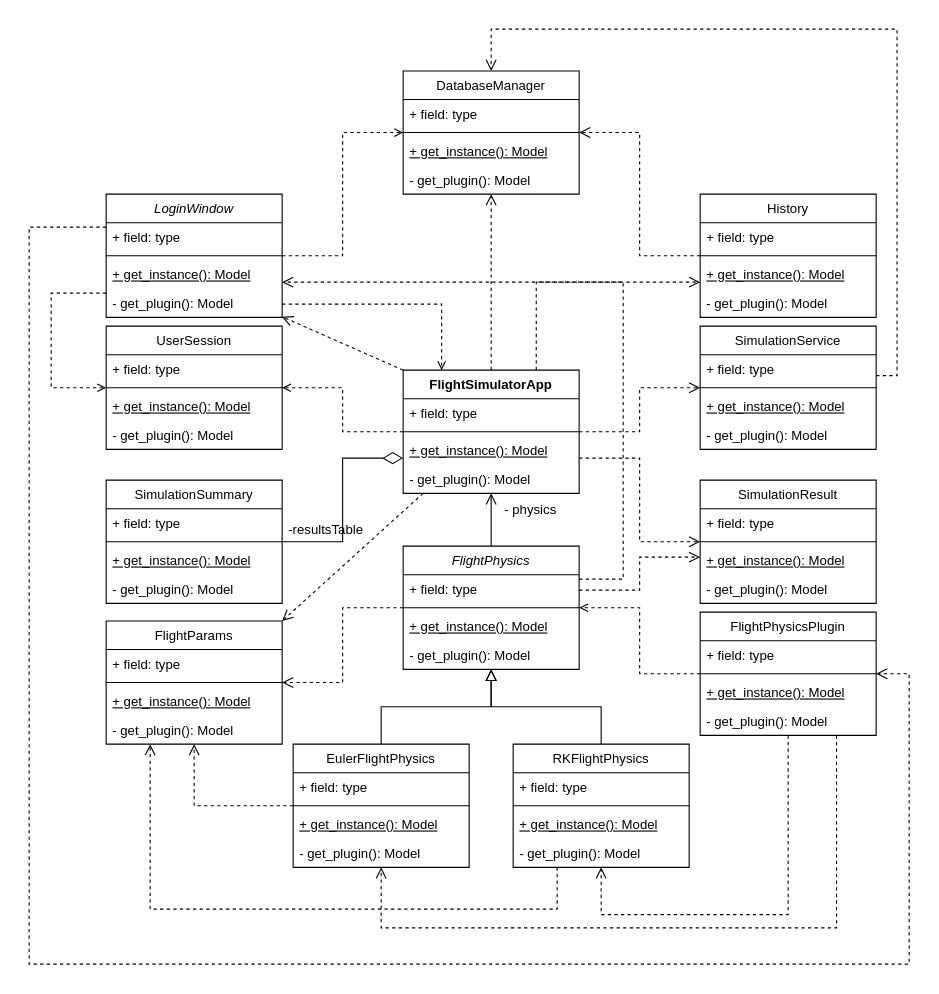
Dvakian/Object-oriented-analysis-and-design-2 keeps this draw.io diagram as page "Страница-2" (2 of 4) of lab04/src/4.drawio. Above is the earlier version. Source tidied: cells renumbered, new cells numbered last; positions are measured from the earlier drawing's top-left corner, leaving out a move shared by most shapes. Both pictures are drawn from the tidied source at 110%, with x=0, y=0 at pixel (29, 29).
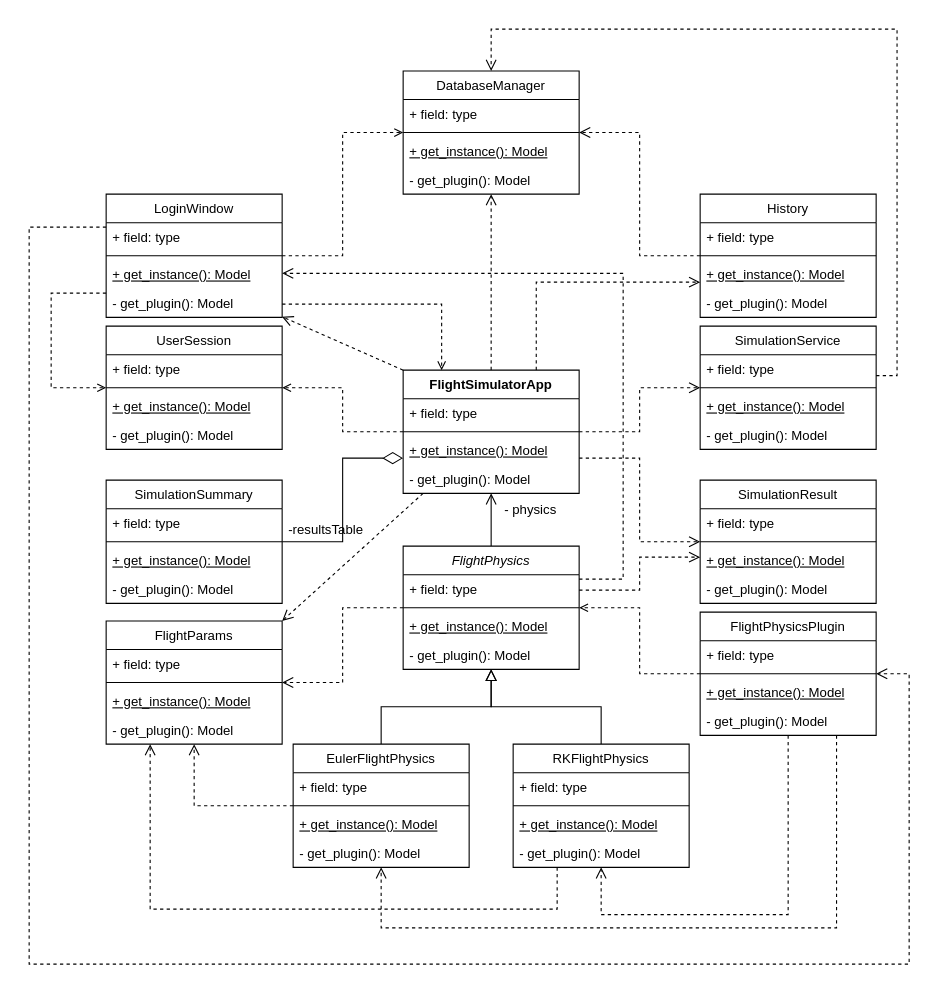
The same page after the edit.

Unchanged cells that the change refers to:
```xml
<mxCell id="65" value="&lt;div style=&quot;text-align: left;&quot;&gt;&lt;span style=&quot;background-color: transparent; font-weight: 400;&quot;&gt;&lt;i&gt;FlightPhysics&lt;/i&gt;&lt;/span&gt;&lt;/div&gt;" style="swimlane;fontStyle=1;align=center;verticalAlign=top;horizontal=1;startSize=26;whiteSpace=wrap;html=1;" parent="1" vertex="1">
  <mxGeometry x="340" y="470" width="160" height="112" as="geometry" />
</mxCell>
```

Diff of the diagram source:
```diff
@@
-    <mxCell id="17" value="&lt;span style=&quot;font-weight: normal;&quot;&gt;&lt;i&gt;LoginWindow&lt;/i&gt;&lt;/span&gt;" style="swimlane;fontStyle=1;align=center;verticalAlign=top;horizontal=1;startSize=26;whiteSpace=wrap;html=1;" parent="1" vertex="1">
+    <mxCell id="17" value="&lt;span style=&quot;font-weight: normal;&quot;&gt;LoginWindow&lt;/span&gt;" style="swimlane;fontStyle=1;align=center;verticalAlign=top;horizontal=1;startSize=26;whiteSpace=wrap;html=1;" parent="1" vertex="1">
       <mxGeometry x="70" y="150" width="160" height="112" as="geometry" />
     </mxCell>
@@
     <mxCell id="63" style="edgeStyle=orthogonalEdgeStyle;rounded=0;jettySize=auto;html=1;dashed=1;endArrow=open;endFill=0;endSize=8;" parent="1" edge="1" source="65" target="17">
       <mxGeometry relative="1" as="geometry">
         <Array as="points">
           <mxPoint x="540" y="500" />
-          <mxPoint x="540" y="230" />
+          <mxPoint x="540" y="222" />
         </Array>
       </mxGeometry>
     </mxCell>
```
